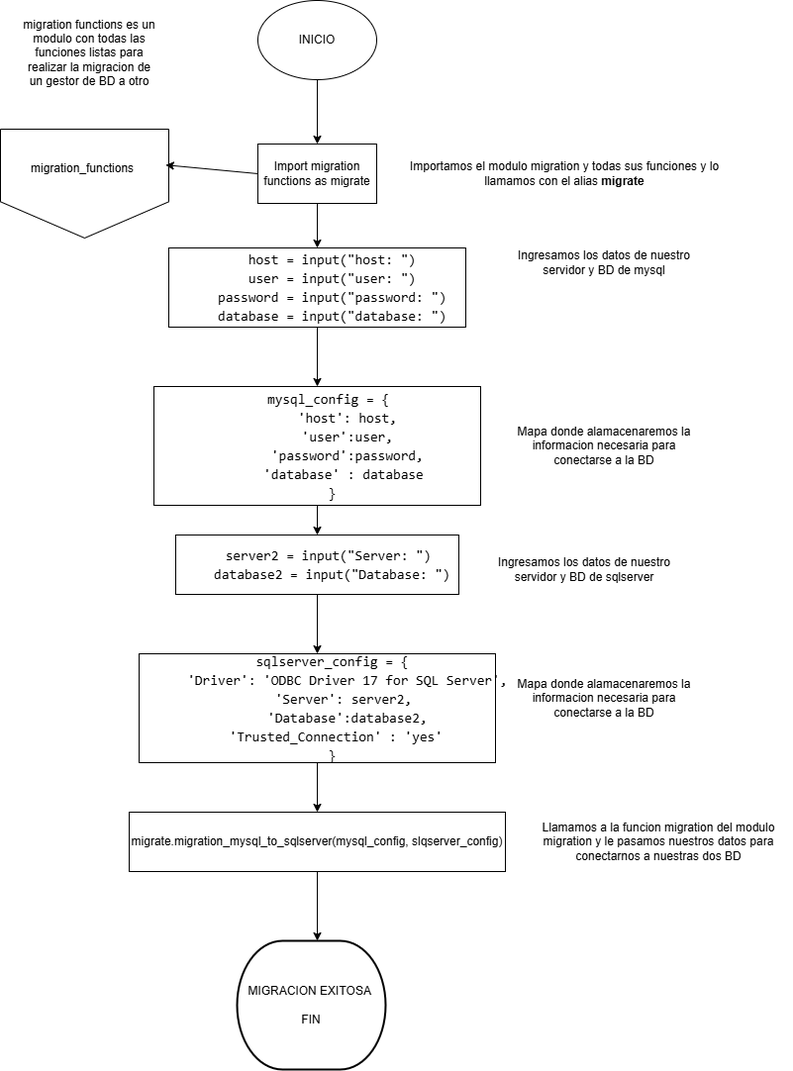
Above: Documentación/Diagramas/MIGRATION/Main.drawio.png in AlfredoZC/Coffee-shop (draw.io), before the change. Source tidied: cells renumbered, new cells last; positions are measured from the earlier drawing's top-left corner, leaving out a move shared by most shapes. Its diagram source:
```xml
<mxGraphModel>
  <root>
    <mxCell id="0" />
    <mxCell id="1" parent="0" />
    <mxCell id="2" style="group;" parent="1" vertex="1">
      <mxGeometry y="130" width="170" height="110" as="geometry" />
    </mxCell>
    <mxCell id="3" style="verticalLabelPosition=bottom;verticalAlign=top;html=1;shape=offPageConnector;rounded=0;size=0.3333333333333333;" parent="2" vertex="1">
      <mxGeometry width="170" height="110" as="geometry" />
    </mxCell>
    <mxCell id="4" value="migration_functions" style="text;strokeColor=none;fillColor=none;align=left;verticalAlign=middle;spacingLeft=4;spacingRight=4;overflow=hidden;whiteSpace=wrap;html=1;" parent="2" vertex="1">
      <mxGeometry x="25" y="30" width="120" height="20" as="geometry" />
    </mxCell>
    <mxCell id="5" style="edgeStyle=orthogonalEdgeStyle;rounded=0;jettySize=auto;html=1;" parent="1" edge="1" source="6" target="14">
      <mxGeometry relative="1" as="geometry" />
    </mxCell>
    <mxCell id="6" value="Import migration functions as migrate" style="rounded=0;whiteSpace=wrap;html=1;" parent="1" vertex="1">
      <mxGeometry x="260" y="145" width="120" height="60" as="geometry" />
    </mxCell>
    <mxCell id="7" style="edgeStyle=orthogonalEdgeStyle;rounded=0;jettySize=auto;html=1;" parent="1" edge="1" source="8" target="6">
      <mxGeometry relative="1" as="geometry" />
    </mxCell>
    <mxCell id="8" value="INICIO" style="ellipse;whiteSpace=wrap;html=1;" parent="1" vertex="1">
      <mxGeometry x="260" width="120" height="80" as="geometry" />
    </mxCell>
    <mxCell id="9" style="endArrow=classic;html=1;rounded=0;entryX=0.981;entryY=0.329;entryDx=0;entryDy=0;entryPerimeter=0;exitX=0;exitY=0.5;exitDx=0;exitDy=0;" parent="1" edge="1" source="6" target="3">
      <mxGeometry relative="1" as="geometry" />
    </mxCell>
    <mxCell id="10" value="migration functions es un modulo con todas las funciones listas para realizar la migracion de un gestor de BD a otro" style="text;html=1;align=center;verticalAlign=middle;whiteSpace=wrap;rounded=0;" parent="1" vertex="1">
      <mxGeometry x="20" y="25" width="140" height="55" as="geometry" />
    </mxCell>
    <mxCell id="11" style="edgeStyle=orthogonalEdgeStyle;rounded=0;jettySize=auto;html=1;" parent="1" edge="1" source="12" target="16">
      <mxGeometry relative="1" as="geometry" />
    </mxCell>
    <mxCell id="12" value="&lt;br&gt;&lt;div style=&quot;font-family: Consolas, &amp;quot;Courier New&amp;quot;, monospace; font-weight: normal; font-size: 14px; line-height: 19px; white-space: pre;&quot;&gt;&lt;div&gt;&lt;span style=&quot;&quot;&gt;&amp;nbsp; &amp;nbsp; &lt;/span&gt;&lt;span style=&quot;&quot;&gt;mysql_config&lt;/span&gt;&lt;span style=&quot;&quot;&gt; &lt;/span&gt;&lt;span style=&quot;&quot;&gt;=&lt;/span&gt;&lt;span style=&quot;&quot;&gt; { &lt;/span&gt;&lt;/div&gt;&lt;div&gt;&lt;span style=&quot;&quot;&gt;&amp;nbsp; &amp;nbsp; &amp;nbsp; &amp;nbsp; &lt;/span&gt;&lt;span style=&quot;&quot;&gt;'host'&lt;/span&gt;&lt;span style=&quot;&quot;&gt;: &lt;/span&gt;&lt;span style=&quot;&quot;&gt;host&lt;/span&gt;&lt;span style=&quot;&quot;&gt;,&lt;/span&gt;&lt;/div&gt;&lt;div&gt;&lt;span style=&quot;&quot;&gt;&amp;nbsp; &amp;nbsp; &amp;nbsp; &amp;nbsp; &lt;/span&gt;&lt;span style=&quot;&quot;&gt;'user'&lt;/span&gt;&lt;span style=&quot;&quot;&gt;:&lt;/span&gt;&lt;span style=&quot;&quot;&gt;user&lt;/span&gt;&lt;span style=&quot;&quot;&gt;,&lt;/span&gt;&lt;/div&gt;&lt;div&gt;&lt;span style=&quot;&quot;&gt;&amp;nbsp; &amp;nbsp; &amp;nbsp; &amp;nbsp; &lt;/span&gt;&lt;span style=&quot;&quot;&gt;'password'&lt;/span&gt;&lt;span style=&quot;&quot;&gt;:&lt;/span&gt;&lt;span style=&quot;&quot;&gt;password&lt;/span&gt;&lt;span style=&quot;&quot;&gt;,&lt;/span&gt;&lt;/div&gt;&lt;div&gt;&lt;span style=&quot;&quot;&gt;&amp;nbsp; &amp;nbsp; &amp;nbsp; &amp;nbsp; &lt;/span&gt;&lt;span style=&quot;&quot;&gt;'database'&lt;/span&gt;&lt;span style=&quot;&quot;&gt; : &lt;/span&gt;&lt;span style=&quot;&quot;&gt;database&lt;/span&gt;&lt;span style=&quot;&quot;&gt; &lt;/span&gt;&lt;/div&gt;&lt;div&gt;&lt;span style=&quot;&quot;&gt;&amp;nbsp; &amp;nbsp; }&lt;/span&gt;&lt;/div&gt;&lt;/div&gt;&lt;div&gt;&lt;br&gt;&lt;/div&gt;" style="rounded=0;whiteSpace=wrap;html=1;fontColor=default;" parent="1" vertex="1">
      <mxGeometry x="155" y="390" width="330" height="120" as="geometry" />
    </mxCell>
    <mxCell id="13" style="edgeStyle=orthogonalEdgeStyle;rounded=0;jettySize=auto;html=1;" parent="1" edge="1" source="14" target="12">
      <mxGeometry relative="1" as="geometry" />
    </mxCell>
    <mxCell id="14" value="&lt;br&gt;&lt;div style=&quot;font-family: Consolas, &amp;quot;Courier New&amp;quot;, monospace; font-weight: normal; font-size: 14px; line-height: 19px; white-space: pre;&quot;&gt;&lt;div&gt;&amp;nbsp; &amp;nbsp; host = input(&quot;host: &quot;)&lt;/div&gt;&lt;div&gt;&amp;nbsp; &amp;nbsp; user = input(&quot;user: &quot;)&lt;/div&gt;&lt;div&gt;&amp;nbsp; &amp;nbsp; password = input(&quot;password: &quot;)&lt;/div&gt;&lt;div&gt;&amp;nbsp; &amp;nbsp; database = input(&quot;database: &quot;)&lt;/div&gt;&lt;/div&gt;&lt;div&gt;&lt;br/&gt;&lt;/div&gt;" style="rounded=0;whiteSpace=wrap;html=1;" parent="1" vertex="1">
      <mxGeometry x="170" y="250" width="300" height="80" as="geometry" />
    </mxCell>
    <mxCell id="15" style="edgeStyle=orthogonalEdgeStyle;rounded=0;jettySize=auto;html=1;" parent="1" edge="1" source="16" target="18">
      <mxGeometry relative="1" as="geometry" />
    </mxCell>
    <mxCell id="16" value="&lt;br&gt;&lt;div style=&quot;font-family: Consolas, &amp;quot;Courier New&amp;quot;, monospace; font-weight: normal; font-size: 14px; line-height: 19px; white-space: pre;&quot;&gt;&lt;div&gt;&amp;nbsp; &amp;nbsp; server2 = input(&quot;Server: &quot;) &lt;/div&gt;&lt;div&gt;&amp;nbsp; &amp;nbsp; database2 = input(&quot;Database: &quot;)&lt;/div&gt;&lt;/div&gt;&lt;div&gt;&lt;br/&gt;&lt;/div&gt;" style="rounded=0;whiteSpace=wrap;html=1;" parent="1" vertex="1">
      <mxGeometry x="177" y="540" width="286" height="60" as="geometry" />
    </mxCell>
    <mxCell id="17" style="edgeStyle=orthogonalEdgeStyle;rounded=0;jettySize=auto;html=1;" parent="1" edge="1" source="18" target="24">
      <mxGeometry relative="1" as="geometry" />
    </mxCell>
    <mxCell id="18" value="&lt;br&gt;&lt;div style=&quot;font-family: Consolas, &amp;quot;Courier New&amp;quot;, monospace; font-weight: normal; font-size: 14px; line-height: 19px; white-space: pre;&quot;&gt;&lt;div&gt;&amp;nbsp; &amp;nbsp; sqlserver_config = {&lt;/div&gt;&lt;div&gt;&amp;nbsp; &amp;nbsp; &amp;nbsp; &amp;nbsp; 'Driver': 'ODBC Driver 17 for SQL Server',&lt;/div&gt;&lt;div&gt;&amp;nbsp; &amp;nbsp; &amp;nbsp; &amp;nbsp; 'Server': server2, &lt;/div&gt;&lt;div&gt;&amp;nbsp; &amp;nbsp; &amp;nbsp; &amp;nbsp; 'Database':database2,&lt;/div&gt;&lt;div&gt;&amp;nbsp; &amp;nbsp; &amp;nbsp; &amp;nbsp; 'Trusted_Connection' : 'yes' &amp;nbsp; &lt;/div&gt;&lt;div&gt;&amp;nbsp; &amp;nbsp; }&lt;/div&gt;&lt;/div&gt;&lt;div&gt;&lt;br&gt;&lt;/div&gt;" style="rounded=0;whiteSpace=wrap;html=1;" parent="1" vertex="1">
      <mxGeometry x="140" y="660" width="360" height="110" as="geometry" />
    </mxCell>
    <mxCell id="19" value="Ingresamos los datos de nuestro servidor y BD de mysql" style="text;html=1;align=center;verticalAlign=middle;whiteSpace=wrap;rounded=0;" parent="1" vertex="1">
      <mxGeometry x="520" y="250" width="180" height="30" as="geometry" />
    </mxCell>
    <mxCell id="20" value="Mapa donde alamacenaremos la informacion necesaria para conectarse a la BD" style="text;html=1;align=center;verticalAlign=middle;whiteSpace=wrap;rounded=0;" parent="1" vertex="1">
      <mxGeometry x="520" y="435" width="180" height="30" as="geometry" />
    </mxCell>
    <mxCell id="21" value="Ingresamos los datos de nuestro servidor y BD de sqlserver" style="text;html=1;align=center;verticalAlign=middle;whiteSpace=wrap;rounded=0;" parent="1" vertex="1">
      <mxGeometry x="500" y="560" width="180" height="30" as="geometry" />
    </mxCell>
    <mxCell id="22" value="Mapa donde alamacenaremos la informacion necesaria para conectarse a la BD" style="text;html=1;align=center;verticalAlign=middle;whiteSpace=wrap;rounded=0;" parent="1" vertex="1">
      <mxGeometry x="520" y="690" width="180" height="30" as="geometry" />
    </mxCell>
    <mxCell id="23" value="Importamos el modulo migration y todas sus funciones y lo llamamos con el alias &lt;b&gt;migrate&lt;/b&gt;" style="text;html=1;align=center;verticalAlign=middle;whiteSpace=wrap;rounded=0;" parent="1" vertex="1">
      <mxGeometry x="400" y="160" width="340" height="30" as="geometry" />
    </mxCell>
    <mxCell id="24" value="migrate.migration_mysql_to_sqlserver(mysql_config, slqserver_config)" style="rounded=0;whiteSpace=wrap;html=1;" parent="1" vertex="1">
      <mxGeometry x="130" y="820" width="380" height="60" as="geometry" />
    </mxCell>
    <mxCell id="25" value="Llamamos a la funcion migration del modulo migration y le pasamos nuestros datos para conectarnos a nuestras dos BD" style="text;html=1;align=center;verticalAlign=middle;whiteSpace=wrap;rounded=0;" parent="1" vertex="1">
      <mxGeometry x="530" y="835" width="270" height="30" as="geometry" />
    </mxCell>
    <mxCell id="26" style="endArrow=classic;html=1;rounded=0;exitX=0.5;exitY=1;exitDx=0;exitDy=0;" parent="1" edge="1" source="24">
      <mxGeometry relative="1" as="geometry">
        <mxPoint x="320" y="950" as="targetPoint" />
      </mxGeometry>
    </mxCell>
    <mxCell id="27" value="MIGRACION EXITOSA&amp;nbsp;&lt;br&gt;&lt;br&gt;FIN" style="strokeWidth=2;html=1;shape=mxgraph.flowchart.terminator;whiteSpace=wrap;" parent="1" vertex="1">
      <mxGeometry x="239" y="950" width="150" height="130" as="geometry" />
    </mxCell>
  </root>
</mxGraphModel>
```
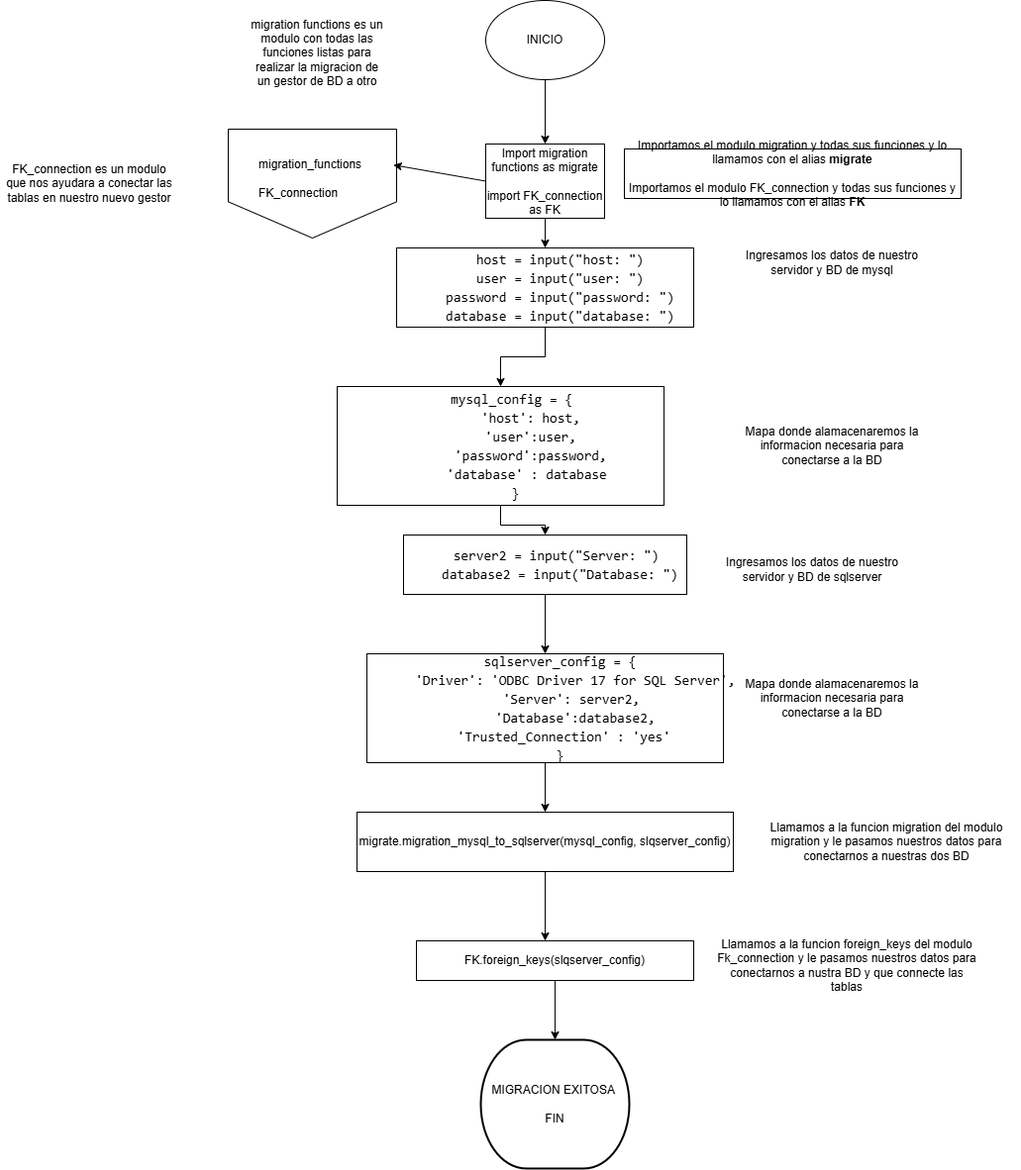
The same file after the commit.

What changed in the source:
```diff
@@ -8,14 +8,14 @@
     <mxCell id="3" style="verticalLabelPosition=bottom;verticalAlign=top;html=1;shape=offPageConnector;rounded=0;size=0.3333333333333333;" parent="2" vertex="1">
       <mxGeometry width="170" height="110" as="geometry" />
     </mxCell>
-    <mxCell id="4" value="migration_functions" style="text;strokeColor=none;fillColor=none;align=left;verticalAlign=middle;spacingLeft=4;spacingRight=4;overflow=hidden;whiteSpace=wrap;html=1;" parent="2" vertex="1">
-      <mxGeometry x="25" y="30" width="120" height="20" as="geometry" />
+    <mxCell id="4" value="migration_functions&lt;div&gt;&lt;br&gt;&lt;/div&gt;&lt;div&gt;FK_connection&lt;/div&gt;" style="text;strokeColor=none;fillColor=none;align=left;verticalAlign=middle;spacingLeft=4;spacingRight=4;overflow=hidden;whiteSpace=wrap;html=1;" parent="2" vertex="1">
+      <mxGeometry x="25" y="20" width="120" height="60" as="geometry" />
     </mxCell>
     <mxCell id="5" style="edgeStyle=orthogonalEdgeStyle;rounded=0;jettySize=auto;html=1;" parent="1" edge="1" source="6" target="14">
       <mxGeometry relative="1" as="geometry" />
     </mxCell>
-    <mxCell id="6" value="Import migration functions as migrate" style="rounded=0;whiteSpace=wrap;html=1;" parent="1" vertex="1">
-      <mxGeometry x="260" y="145" width="120" height="60" as="geometry" />
+    <mxCell id="6" value="Import migration functions as migrate&lt;div&gt;&lt;br&gt;&lt;/div&gt;&lt;div&gt;import FK_connection as FK&lt;/div&gt;" style="rounded=0;whiteSpace=wrap;html=1;" parent="1" vertex="1">
+      <mxGeometry x="260" y="145" width="120" height="75" as="geometry" />
     </mxCell>
     <mxCell id="7" style="edgeStyle=orthogonalEdgeStyle;rounded=0;jettySize=auto;html=1;" parent="1" edge="1" source="8" target="6">
       <mxGeometry relative="1" as="geometry" />
@@ -33,7 +33,7 @@
       <mxGeometry relative="1" as="geometry" />
     </mxCell>
     <mxCell id="12" value="&lt;br&gt;&lt;div style=&quot;font-family: Consolas, &amp;quot;Courier New&amp;quot;, monospace; font-weight: normal; font-size: 14px; line-height: 19px; white-space: pre;&quot;&gt;&lt;div&gt;&lt;span style=&quot;&quot;&gt;&amp;nbsp; &amp;nbsp; &lt;/span&gt;&lt;span style=&quot;&quot;&gt;mysql_config&lt;/span&gt;&lt;span style=&quot;&quot;&gt; &lt;/span&gt;&lt;span style=&quot;&quot;&gt;=&lt;/span&gt;&lt;span style=&quot;&quot;&gt; { &lt;/span&gt;&lt;/div&gt;&lt;div&gt;&lt;span style=&quot;&quot;&gt;&amp;nbsp; &amp;nbsp; &amp;nbsp; &amp;nbsp; &lt;/span&gt;&lt;span style=&quot;&quot;&gt;'host'&lt;/span&gt;&lt;span style=&quot;&quot;&gt;: &lt;/span&gt;&lt;span style=&quot;&quot;&gt;host&lt;/span&gt;&lt;span style=&quot;&quot;&gt;,&lt;/span&gt;&lt;/div&gt;&lt;div&gt;&lt;span style=&quot;&quot;&gt;&amp;nbsp; &amp;nbsp; &amp;nbsp; &amp;nbsp; &lt;/span&gt;&lt;span style=&quot;&quot;&gt;'user'&lt;/span&gt;&lt;span style=&quot;&quot;&gt;:&lt;/span&gt;&lt;span style=&quot;&quot;&gt;user&lt;/span&gt;&lt;span style=&quot;&quot;&gt;,&lt;/span&gt;&lt;/div&gt;&lt;div&gt;&lt;span style=&quot;&quot;&gt;&amp;nbsp; &amp;nbsp; &amp;nbsp; &amp;nbsp; &lt;/span&gt;&lt;span style=&quot;&quot;&gt;'password'&lt;/span&gt;&lt;span style=&quot;&quot;&gt;:&lt;/span&gt;&lt;span style=&quot;&quot;&gt;password&lt;/span&gt;&lt;span style=&quot;&quot;&gt;,&lt;/span&gt;&lt;/div&gt;&lt;div&gt;&lt;span style=&quot;&quot;&gt;&amp;nbsp; &amp;nbsp; &amp;nbsp; &amp;nbsp; &lt;/span&gt;&lt;span style=&quot;&quot;&gt;'database'&lt;/span&gt;&lt;span style=&quot;&quot;&gt; : &lt;/span&gt;&lt;span style=&quot;&quot;&gt;database&lt;/span&gt;&lt;span style=&quot;&quot;&gt; &lt;/span&gt;&lt;/div&gt;&lt;div&gt;&lt;span style=&quot;&quot;&gt;&amp;nbsp; &amp;nbsp; }&lt;/span&gt;&lt;/div&gt;&lt;/div&gt;&lt;div&gt;&lt;br&gt;&lt;/div&gt;" style="rounded=0;whiteSpace=wrap;html=1;fontColor=default;" parent="1" vertex="1">
-      <mxGeometry x="155" y="390" width="330" height="120" as="geometry" />
+      <mxGeometry x="110" y="390" width="330" height="120" as="geometry" />
     </mxCell>
     <mxCell id="13" style="edgeStyle=orthogonalEdgeStyle;rounded=0;jettySize=auto;html=1;" parent="1" edge="1" source="14" target="12">
       <mxGeometry relative="1" as="geometry" />
@@ -65,8 +65,8 @@
     <mxCell id="22" value="Mapa donde alamacenaremos la informacion necesaria para conectarse a la BD" style="text;html=1;align=center;verticalAlign=middle;whiteSpace=wrap;rounded=0;" parent="1" vertex="1">
       <mxGeometry x="520" y="690" width="180" height="30" as="geometry" />
     </mxCell>
-    <mxCell id="23" value="Importamos el modulo migration y todas sus funciones y lo llamamos con el alias &lt;b&gt;migrate&lt;/b&gt;" style="text;html=1;align=center;verticalAlign=middle;whiteSpace=wrap;rounded=0;" parent="1" vertex="1">
-      <mxGeometry x="400" y="160" width="340" height="30" as="geometry" />
+    <mxCell id="23" value="Importamos el modulo migration y todas sus funciones y lo llamamos con el alias &lt;b&gt;migrate&lt;/b&gt;&lt;div&gt;&lt;b&gt;&lt;br&gt;&lt;/b&gt;&lt;/div&gt;&lt;div&gt;Importamos el modulo FK_connection y todas sus funciones y lo llamamos con el alias&amp;nbsp;&lt;b&gt;FK&lt;/b&gt;&lt;b&gt;&lt;/b&gt;&lt;/div&gt;" style="text;html=1;align=center;verticalAlign=middle;whiteSpace=wrap;rounded=0;strokeColor=default;" parent="1" vertex="1">
+      <mxGeometry x="400" y="150" width="340" height="50" as="geometry" />
     </mxCell>
     <mxCell id="24" value="migrate.migration_mysql_to_sqlserver(mysql_config, slqserver_config)" style="rounded=0;whiteSpace=wrap;html=1;" parent="1" vertex="1">
       <mxGeometry x="130" y="820" width="380" height="60" as="geometry" />
@@ -80,7 +80,19 @@
       </mxGeometry>
     </mxCell>
     <mxCell id="27" value="MIGRACION EXITOSA&amp;nbsp;&lt;br&gt;&lt;br&gt;FIN" style="strokeWidth=2;html=1;shape=mxgraph.flowchart.terminator;whiteSpace=wrap;" parent="1" vertex="1">
-      <mxGeometry x="239" y="950" width="150" height="130" as="geometry" />
+      <mxGeometry x="255" y="1050" width="150" height="130" as="geometry" />
     </mxCell>
+    <mxCell id="28" value="FK_connection es un modulo que nos ayudara a conectar las tablas en nuestro nuevo gestor" style="text;html=1;align=center;verticalAlign=middle;whiteSpace=wrap;rounded=0;" parent="1" vertex="1">
+      <mxGeometry x="-230" y="170" width="180" height="30" as="geometry" />
+    </mxCell>
+    <mxCell id="29" style="edgeStyle=orthogonalEdgeStyle;rounded=0;jettySize=auto;html=1;" parent="1" edge="1" source="30" target="27">
+      <mxGeometry relative="1" as="geometry" />
+    </mxCell>
+    <mxCell id="30" value="FK.foreign_keys(slqserver_config)" style="rounded=0;whiteSpace=wrap;html=1;" parent="1" vertex="1">
+      <mxGeometry x="190" y="950" width="280" height="40" as="geometry" />
+    </mxCell>
+    <mxCell id="31" value="Llamamos a la funcion foreign_keys del modulo Fk_connection y le pasamos nuestros datos para conectarnos a nustra BD y que connecte las tablas" style="text;html=1;align=center;verticalAlign=middle;whiteSpace=wrap;rounded=0;" parent="1" vertex="1">
+      <mxGeometry x="490" y="960" width="270" height="30" as="geometry" />
+    </mxCell>
   </root>
 </mxGraphModel>
```
